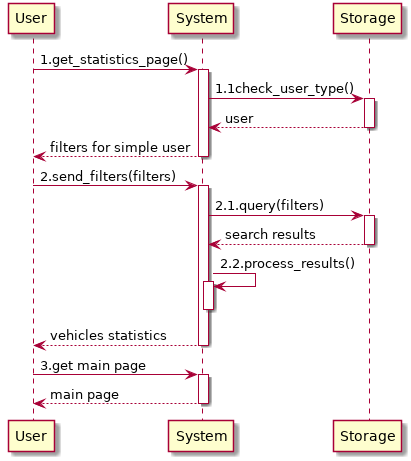
This is RASD/images/useCases/information_mining_vehicle.png from GiorgioUghini/SafeStreets, a PlantUML export, as it was before one commit. Source of this version:
```plantuml
@startuml information_mining_vehicle
    participant User as U
    participant System as S
    participant Storage as ST

    autoactivate on

    U -> S: 1.get_statistics_page()
    S -> ST: 1.1check_user_type()
    return user
    return filters for simple user
    U -> S: 2.send_filters(filters)
    S -> ST: 2.1.query(filters)
    return search results
    S -> S: 2.2.process_results()
    deactivate S
    return vehicles statistics
    U -> S: 3.get main page
    return main page
@enduml
```
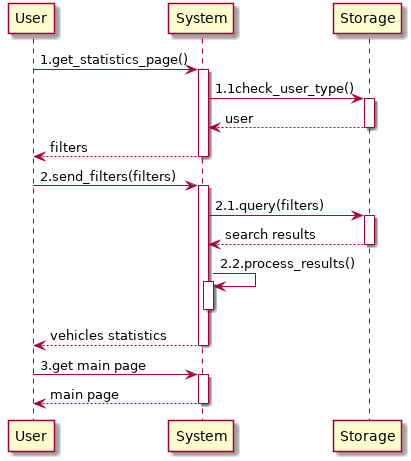
Above is the later version.

Change to the diagram source:
```diff
@@ -8,7 +8,7 @@
     U -> S: 1.get_statistics_page()
     S -> ST: 1.1check_user_type()
     return user
-    return filters for simple user
+    return filters
     U -> S: 2.send_filters(filters)
     S -> ST: 2.1.query(filters)
     return search results
```
